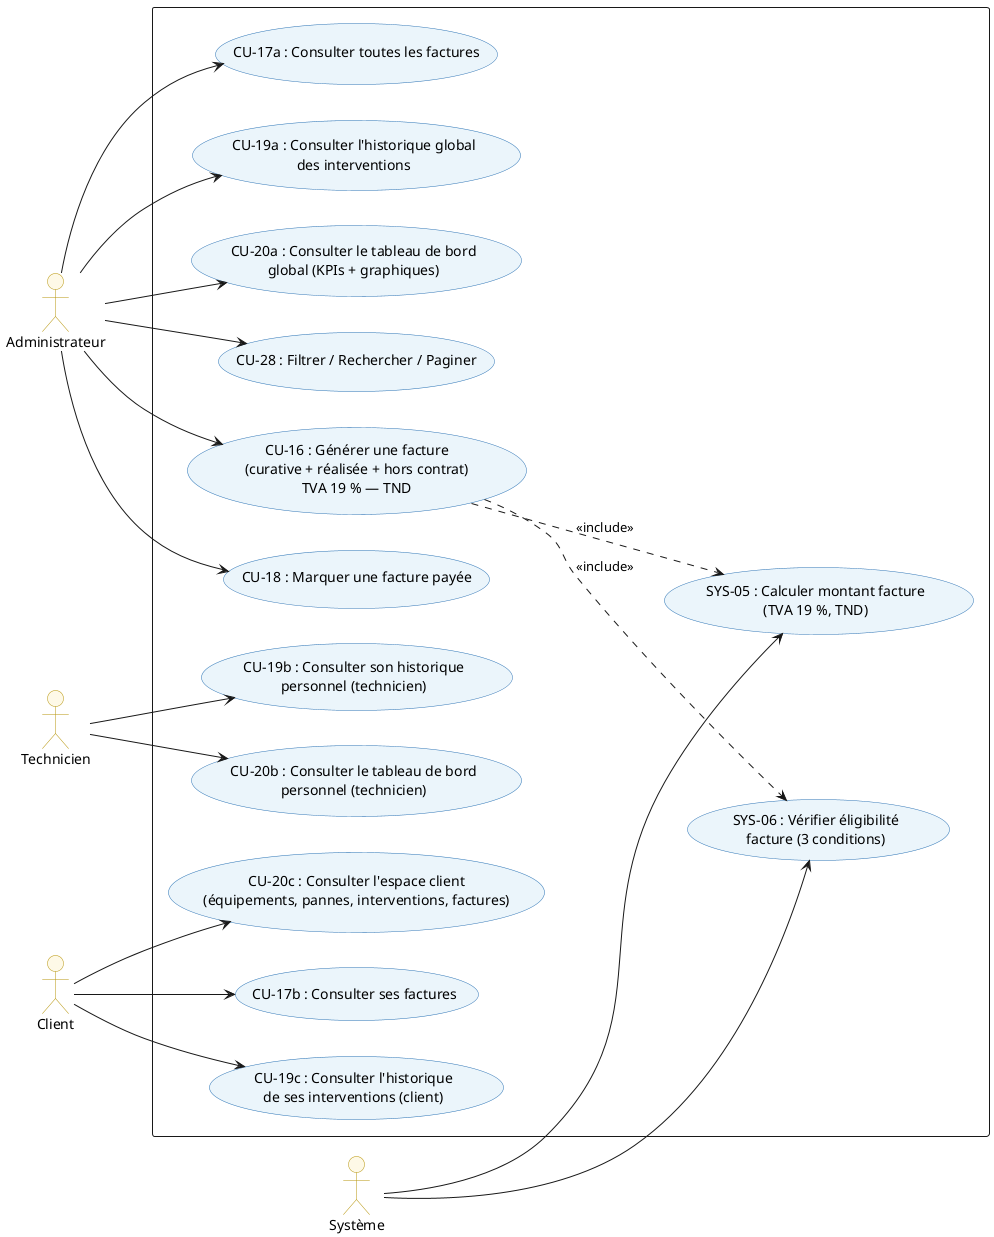
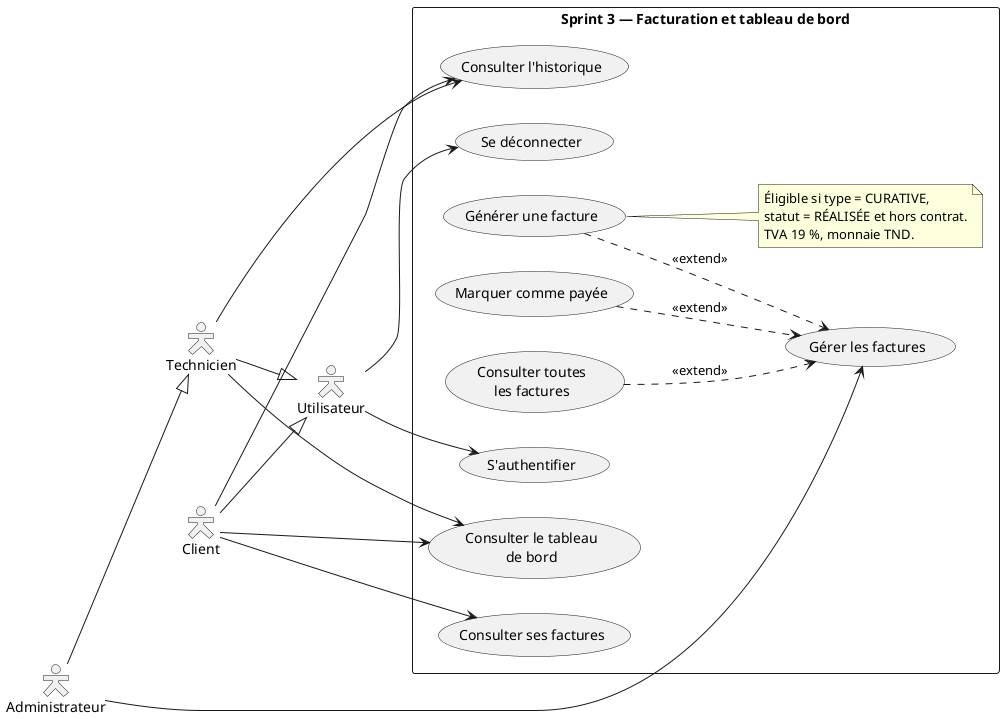
@startuml 18_sprint3_use_case
+ left to right direction
+ skinparam packageStyle rectangle
+ skinparam actorStyle Hollow

- left to right direction
- skinparam usecase {
-   BackgroundColor #EBF5FB
-   BorderColor #2E74B5
- }
- skinparam actor {
-   BackgroundColor #FEF9E7
-   BorderColor #B7950B
+ actor "Utilisateur" as U
+ actor "Technicien" as T
+ actor "Administrateur" as A
+ actor "Client" as C
+ 
+ A --|> T
+ T --|> U
+ C --|> U
+ 
+ rectangle "Sprint 3 — Facturation et tableau de bord" {
+ 
+   usecase "S'authentifier" as UC_AUTH
+   usecase "Se déconnecter" as UC_LOGOUT
+ 
+   usecase "Gérer les factures" as UC_FACTURES
+   usecase "Générer une facture" as UC_GEN_FACTURE
+   usecase "Marquer comme payée" as UC_PAY_FACTURE
+   usecase "Consulter toutes\nles factures" as UC_LIST_FACTURES
+ 
+   usecase "Consulter ses factures" as UC_CLIENT_FACTURES
+   usecase "Consulter l'historique" as UC_HISTORIQUE
+   usecase "Consulter le tableau\nde bord" as UC_DASHBOARD
+ 
+   note right of UC_GEN_FACTURE
+     Éligible si type = CURATIVE,
+     statut = RÉALISÉE et hors contrat.
+     TVA 19 %, monnaie TND.
+   end note
}

- actor "Administrateur" as Admin
- actor "Technicien"     as Tech
- actor "Client"         as Cli
- actor "Système"        as Sys
+ U --> UC_AUTH
+ U --> UC_LOGOUT

- rectangle {
+ A --> UC_FACTURES

-   ' Facturation
-   usecase "CU-16 : Générer une facture\n(curative + réalisée + hors contrat)\nTVA 19 % — TND"   as UC16
-   usecase "CU-18 : Marquer une facture payée"                                                       as UC18
-   usecase "CU-17a : Consulter toutes les factures"                                                  as UC17a
-   usecase "CU-17b : Consulter ses factures"                                                         as UC17b
+ T --> UC_HISTORIQUE
+ T --> UC_DASHBOARD

-   ' Historique
-   usecase "CU-19a : Consulter l'historique global\ndes interventions"                               as UC19a
-   usecase "CU-19b : Consulter son historique\npersonnel (technicien)"                               as UC19b
-   usecase "CU-19c : Consulter l'historique\nde ses interventions (client)"                         as UC19c
+ C --> UC_CLIENT_FACTURES
+ C --> UC_HISTORIQUE
+ C --> UC_DASHBOARD

-   ' Tableaux de bord
-   usecase "CU-20a : Consulter le tableau de bord\nglobal (KPIs + graphiques)"                       as UC20a
-   usecase "CU-20b : Consulter le tableau de bord\npersonnel (technicien)"                           as UC20b
-   usecase "CU-20c : Consulter l'espace client\n(équipements, pannes, interventions, factures)"     as UC20c
- 
-   ' Filtres
-   usecase "CU-28 : Filtrer / Rechercher / Paginer"  as UC28
- 
-   ' Système
-   usecase "SYS-05 : Calculer montant facture\n(TVA 19 %, TND)"      as SYS05
-   usecase "SYS-06 : Vérifier éligibilité\nfacture (3 conditions)"   as SYS06
- }
- 
- Admin --> UC16
- Admin --> UC18
- Admin --> UC17a
- Admin --> UC19a
- Admin --> UC20a
- Admin --> UC28
- 
- Tech  --> UC19b
- Tech  --> UC20b
- 
- Cli   --> UC17b
- Cli   --> UC19c
- Cli   --> UC20c
- 
- Sys   --> SYS05
- Sys   --> SYS06
- 
- UC16 ..> SYS06 : <<include>>
- UC16 ..> SYS05 : <<include>>
+ UC_GEN_FACTURE ..> UC_FACTURES : <<extend>>
+ UC_PAY_FACTURE ..> UC_FACTURES : <<extend>>
+ UC_LIST_FACTURES ..> UC_FACTURES : <<extend>>

@enduml
